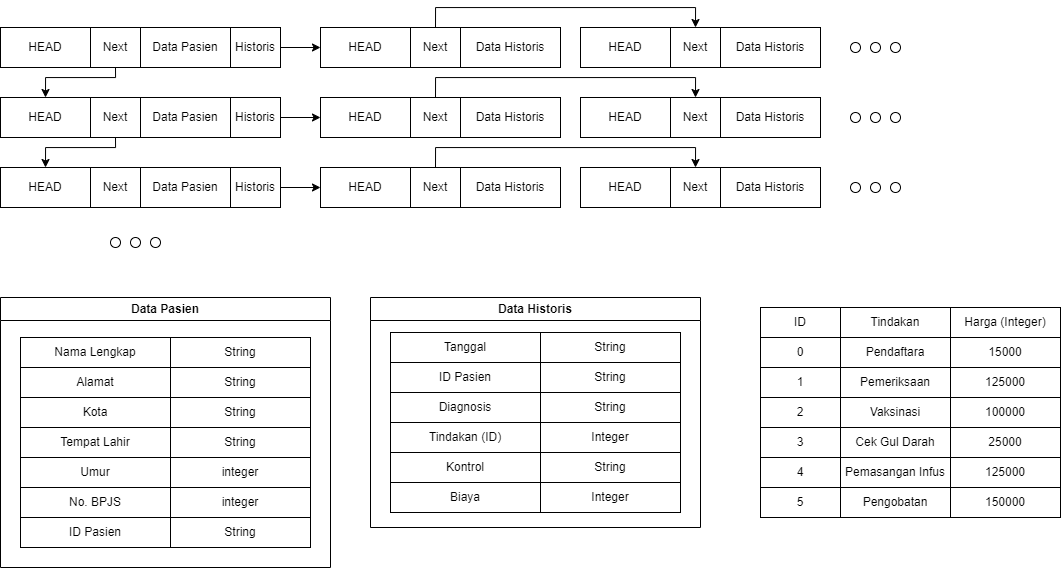
farhan-sw/EL2008-TUBES-KELAS-PMC keeps this draw.io diagram as doc/Skema Struktur Data.png. Above is the earlier version. Source tidied: cells renumbered, new cells last; positions are measured from the earlier drawing's top-left corner, leaving out a move shared by most shapes.
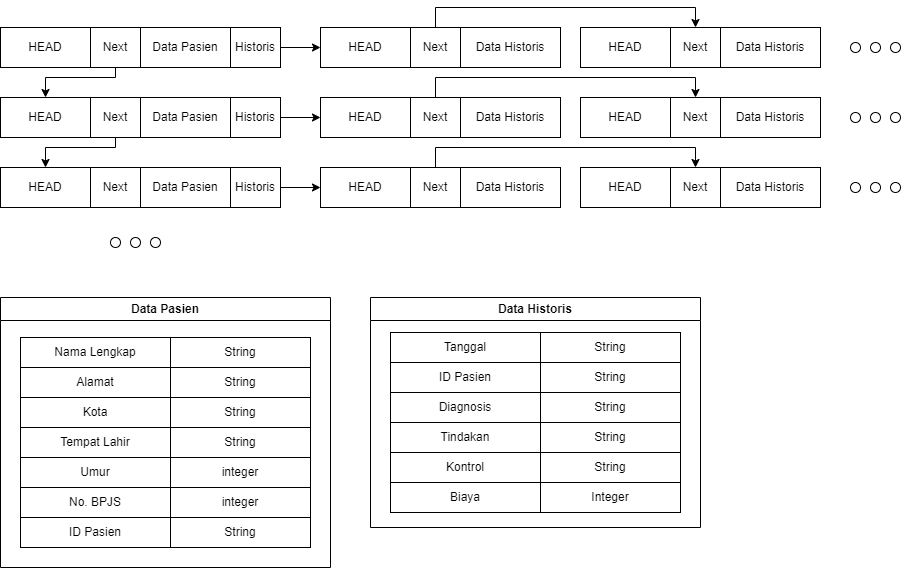
Later version of the same file.

What changed in the source:
```diff
@@ -291,10 +291,10 @@
     <mxCell id="94" value="String" style="rounded=0;whiteSpace=wrap;html=1;" parent="88" vertex="1">
       <mxGeometry x="170" y="95" width="140" height="30" as="geometry" />
     </mxCell>
-    <mxCell id="95" value="Tindakan (ID)" style="rounded=0;whiteSpace=wrap;html=1;" parent="88" vertex="1">
+    <mxCell id="95" value="Tindakan" style="rounded=0;whiteSpace=wrap;html=1;" parent="88" vertex="1">
       <mxGeometry x="20" y="125" width="150" height="30" as="geometry" />
     </mxCell>
-    <mxCell id="96" value="Integer" style="rounded=0;whiteSpace=wrap;html=1;" parent="88" vertex="1">
+    <mxCell id="96" value="String" style="rounded=0;whiteSpace=wrap;html=1;" parent="88" vertex="1">
       <mxGeometry x="170" y="125" width="140" height="30" as="geometry" />
     </mxCell>
     <mxCell id="97" value="Kontrol" style="rounded=0;whiteSpace=wrap;html=1;" parent="88" vertex="1">
@@ -309,68 +309,5 @@
     <mxCell id="100" value="Integer" style="rounded=0;whiteSpace=wrap;html=1;" parent="88" vertex="1">
       <mxGeometry x="170" y="185" width="140" height="30" as="geometry" />
     </mxCell>
-    <mxCell id="101" value="ID" style="rounded=0;whiteSpace=wrap;html=1;" parent="1" vertex="1">
-      <mxGeometry x="760" y="280" width="80" height="30" as="geometry" />
-    </mxCell>
-    <mxCell id="102" value="Tindakan" style="rounded=0;whiteSpace=wrap;html=1;" parent="1" vertex="1">
-      <mxGeometry x="840" y="280" width="110" height="30" as="geometry" />
-    </mxCell>
-    <mxCell id="103" value="Harga (Integer)" style="rounded=0;whiteSpace=wrap;html=1;" parent="1" vertex="1">
-      <mxGeometry x="950" y="280" width="110" height="30" as="geometry" />
-    </mxCell>
-    <mxCell id="104" value="0" style="rounded=0;whiteSpace=wrap;html=1;" parent="1" vertex="1">
-      <mxGeometry x="760" y="310" width="80" height="30" as="geometry" />
-    </mxCell>
-    <mxCell id="105" value="Pendaftara" style="rounded=0;whiteSpace=wrap;html=1;" parent="1" vertex="1">
-      <mxGeometry x="840" y="310" width="110" height="30" as="geometry" />
-    </mxCell>
-    <mxCell id="106" value="15000" style="rounded=0;whiteSpace=wrap;html=1;" parent="1" vertex="1">
-      <mxGeometry x="950" y="310" width="110" height="30" as="geometry" />
-    </mxCell>
-    <mxCell id="107" value="1" style="rounded=0;whiteSpace=wrap;html=1;" parent="1" vertex="1">
-      <mxGeometry x="760" y="340" width="80" height="30" as="geometry" />
-    </mxCell>
-    <mxCell id="108" value="Pemeriksaan" style="rounded=0;whiteSpace=wrap;html=1;" parent="1" vertex="1">
-      <mxGeometry x="840" y="340" width="110" height="30" as="geometry" />
-    </mxCell>
-    <mxCell id="109" value="125000" style="rounded=0;whiteSpace=wrap;html=1;" parent="1" vertex="1">
-      <mxGeometry x="950" y="340" width="110" height="30" as="geometry" />
-    </mxCell>
-    <mxCell id="110" value="2" style="rounded=0;whiteSpace=wrap;html=1;" parent="1" vertex="1">
-      <mxGeometry x="760" y="370" width="80" height="30" as="geometry" />
-    </mxCell>
-    <mxCell id="111" value="Vaksinasi" style="rounded=0;whiteSpace=wrap;html=1;" parent="1" vertex="1">
-      <mxGeometry x="840" y="370" width="110" height="30" as="geometry" />
-    </mxCell>
-    <mxCell id="112" value="100000" style="rounded=0;whiteSpace=wrap;html=1;" parent="1" vertex="1">
-      <mxGeometry x="950" y="370" width="110" height="30" as="geometry" />
-    </mxCell>
-    <mxCell id="113" value="3" style="rounded=0;whiteSpace=wrap;html=1;" parent="1" vertex="1">
-      <mxGeometry x="760" y="400" width="80" height="30" as="geometry" />
-    </mxCell>
-    <mxCell id="114" value="Cek Gul Darah" style="rounded=0;whiteSpace=wrap;html=1;" parent="1" vertex="1">
-      <mxGeometry x="840" y="400" width="110" height="30" as="geometry" />
-    </mxCell>
-    <mxCell id="115" value="25000" style="rounded=0;whiteSpace=wrap;html=1;" parent="1" vertex="1">
-      <mxGeometry x="950" y="400" width="110" height="30" as="geometry" />
-    </mxCell>
-    <mxCell id="116" value="4" style="rounded=0;whiteSpace=wrap;html=1;" parent="1" vertex="1">
-      <mxGeometry x="760" y="430" width="80" height="30" as="geometry" />
-    </mxCell>
-    <mxCell id="117" value="Pemasangan Infus" style="rounded=0;whiteSpace=wrap;html=1;" parent="1" vertex="1">
-      <mxGeometry x="840" y="430" width="110" height="30" as="geometry" />
-    </mxCell>
-    <mxCell id="118" value="125000" style="rounded=0;whiteSpace=wrap;html=1;" parent="1" vertex="1">
-      <mxGeometry x="950" y="430" width="110" height="30" as="geometry" />
-    </mxCell>
-    <mxCell id="119" value="5" style="rounded=0;whiteSpace=wrap;html=1;" parent="1" vertex="1">
-      <mxGeometry x="760" y="460" width="80" height="30" as="geometry" />
-    </mxCell>
-    <mxCell id="120" value="Pengobatan" style="rounded=0;whiteSpace=wrap;html=1;" parent="1" vertex="1">
-      <mxGeometry x="840" y="460" width="110" height="30" as="geometry" />
-    </mxCell>
-    <mxCell id="121" value="150000" style="rounded=0;whiteSpace=wrap;html=1;" parent="1" vertex="1">
-      <mxGeometry x="950" y="460" width="110" height="30" as="geometry" />
-    </mxCell>
   </root>
 </mxGraphModel>
```
